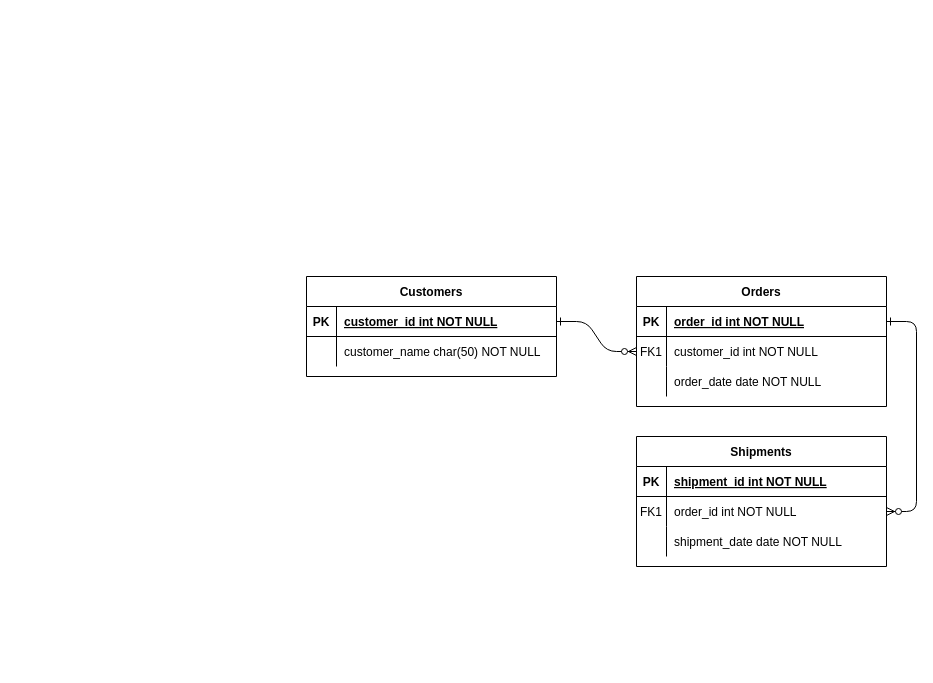
Earlier version of the draw.io diagram Happy mart/Untitled Diagram.drawio (imanmuzaffar12/SdaProject). Source tidied: cells renumbered, new cells numbered last; positions are measured from the earlier drawing's top-left corner, leaving out a move shared by most shapes. Both pictures are drawn from the tidied source at 100%, with x=0, y=0 at pixel (306, 276).
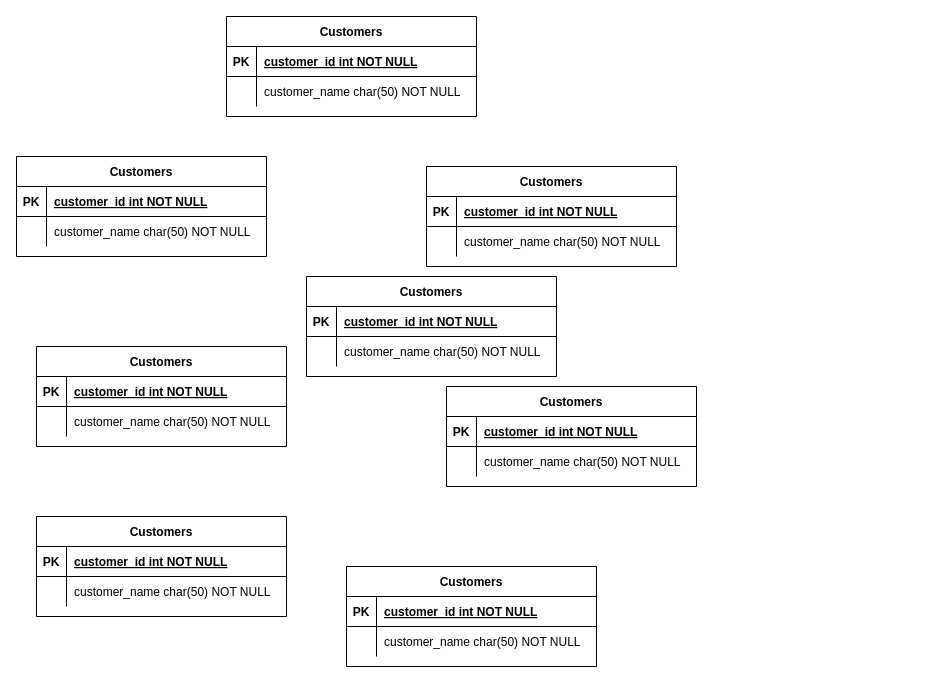
The same diagram, later.

Unchanged cells that the change refers to:
```xml
<mxCell id="25" style="shape=partialRectangle;fillColor=none;points=[[0,0.5],[1,0.5]];portConstraint=eastwest;top=0;left=0;right=0;bottom=1;" parent="24" vertex="1">
  <mxGeometry y="30" width="250" height="30" as="geometry" />
</mxCell>
```

What changed in the source:
```diff
@@
-    <mxCell id="2" style="edgeStyle=entityRelationEdgeStyle;endArrow=ERzeroToMany;startArrow=ERone;endFill=1;startFill=0;" parent="1" edge="1" source="25" target="8">
-      <mxGeometry relative="1" as="geometry" />
-    </mxCell>
-    <mxCell id="3" style="edgeStyle=entityRelationEdgeStyle;endArrow=ERzeroToMany;startArrow=ERone;endFill=1;startFill=0;" parent="1" edge="1" source="5" target="18">
-      <mxGeometry relative="1" as="geometry" />
-    </mxCell>
-    <mxCell id="4" value="Orders" style="shape=table;startSize=30;childLayout=tableLayout;rowLines=0;fontStyle=1;align=center;" parent="1" vertex="1">
-      <mxGeometry x="330" width="250" height="130" as="geometry" />
-    </mxCell>
-    <mxCell id="5" style="shape=partialRectangle;fillColor=none;points=[[0,0.5],[1,0.5]];portConstraint=eastwest;top=0;left=0;right=0;bottom=1;" parent="4" vertex="1">
-      <mxGeometry y="30" width="250" height="30" as="geometry" />
-    </mxCell>
-    <mxCell id="6" value="PK" style="shape=partialRectangle;overflow=hidden;fillColor=none;top=0;left=0;bottom=0;right=0;fontStyle=1;" parent="5" vertex="1">
-      <mxGeometry width="30" height="30" as="geometry" />
-    </mxCell>
-    <mxCell id="7" value="order_id int NOT NULL " style="shape=partialRectangle;overflow=hidden;fillColor=none;top=0;left=0;bottom=0;right=0;align=left;spacingLeft=6;fontStyle=5;" parent="5" vertex="1">
-      <mxGeometry x="30" width="220" height="30" as="geometry" />
-    </mxCell>
-    <mxCell id="8" style="shape=partialRectangle;fillColor=none;points=[[0,0.5],[1,0.5]];portConstraint=eastwest;top=0;left=0;right=0;bottom=0;" parent="4" vertex="1">
-      <mxGeometry y="60" width="250" height="30" as="geometry" />
-    </mxCell>
-    <mxCell id="9" value="FK1" style="shape=partialRectangle;overflow=hidden;fillColor=none;top=0;left=0;bottom=0;right=0;" parent="8" vertex="1">
-      <mxGeometry width="30" height="30" as="geometry" />
-    </mxCell>
-    <mxCell id="10" value="customer_id int NOT NULL" style="shape=partialRectangle;overflow=hidden;fillColor=none;top=0;left=0;bottom=0;right=0;align=left;spacingLeft=6;" parent="8" vertex="1">
-      <mxGeometry x="30" width="220" height="30" as="geometry" />
-    </mxCell>
-    <mxCell id="11" style="shape=partialRectangle;fillColor=none;top=0;left=0;right=0;bottom=0;" parent="4" vertex="1">
-      <mxGeometry y="90" width="250" height="30" as="geometry" />
-    </mxCell>
-    <mxCell id="12" style="shape=partialRectangle;overflow=hidden;fillColor=none;top=0;left=0;bottom=0;right=0;" parent="11" vertex="1">
-      <mxGeometry width="30" height="30" as="geometry" />
-    </mxCell>
-    <mxCell id="13" value="order_date date NOT NULL" style="shape=partialRectangle;overflow=hidden;fillColor=none;top=0;left=0;bottom=0;right=0;align=left;spacingLeft=6;" parent="11" vertex="1">
-      <mxGeometry x="30" width="220" height="30" as="geometry" />
-    </mxCell>
-    <mxCell id="14" value="Shipments" style="shape=table;startSize=30;childLayout=tableLayout;rowLines=0;fontStyle=1;align=center;" parent="1" vertex="1">
-      <mxGeometry x="330" y="160" width="250" height="130" as="geometry" />
-    </mxCell>
-    <mxCell id="15" style="shape=partialRectangle;fillColor=none;top=0;left=0;right=0;bottom=1;" parent="14" vertex="1">
-      <mxGeometry y="30" width="250" height="30" as="geometry" />
-    </mxCell>
-    <mxCell id="16" value="PK" style="shape=partialRectangle;overflow=hidden;fillColor=none;top=0;left=0;bottom=0;right=0;fontStyle=1;" parent="15" vertex="1">
-      <mxGeometry width="30" height="30" as="geometry" />
-    </mxCell>
-    <mxCell id="17" value="shipment_id int NOT NULL " style="shape=partialRectangle;overflow=hidden;fillColor=none;top=0;left=0;bottom=0;right=0;align=left;spacingLeft=6;fontStyle=5;" parent="15" vertex="1">
-      <mxGeometry x="30" width="220" height="30" as="geometry" />
-    </mxCell>
-    <mxCell id="18" style="shape=partialRectangle;fillColor=none;points=[[0,0.5],[1,0.5]];portConstraint=eastwest;top=0;left=0;right=0;bottom=0;" parent="14" vertex="1">
-      <mxGeometry y="60" width="250" height="30" as="geometry" />
-    </mxCell>
-    <mxCell id="19" value="FK1" style="shape=partialRectangle;overflow=hidden;fillColor=none;top=0;left=0;bottom=0;right=0;" parent="18" vertex="1">
-      <mxGeometry width="30" height="30" as="geometry" />
-    </mxCell>
-    <mxCell id="20" value="order_id int NOT NULL" style="shape=partialRectangle;overflow=hidden;fillColor=none;top=0;left=0;bottom=0;right=0;align=left;spacingLeft=6;" parent="18" vertex="1">
-      <mxGeometry x="30" width="220" height="30" as="geometry" />
-    </mxCell>
-    <mxCell id="21" style="shape=partialRectangle;fillColor=none;top=0;left=0;right=0;bottom=0;" parent="14" vertex="1">
-      <mxGeometry y="90" width="250" height="30" as="geometry" />
-    </mxCell>
-    <mxCell id="22" style="shape=partialRectangle;overflow=hidden;fillColor=none;top=0;left=0;bottom=0;right=0;" parent="21" vertex="1">
-      <mxGeometry width="30" height="30" as="geometry" />
-    </mxCell>
-    <mxCell id="23" value="shipment_date date NOT NULL" style="shape=partialRectangle;overflow=hidden;fillColor=none;top=0;left=0;bottom=0;right=0;align=left;spacingLeft=6;" parent="21" vertex="1">
-      <mxGeometry x="30" width="220" height="30" as="geometry" />
-    </mxCell>
@@
+    <mxCell id="31" value="Customers" style="shape=table;startSize=30;childLayout=tableLayout;rowLines=0;fontStyle=1;align=center;" parent="1" vertex="1">
+      <mxGeometry x="-80" y="-260" width="250" height="100" as="geometry" />
+    </mxCell>
+    <mxCell id="32" style="shape=partialRectangle;fillColor=none;top=0;left=0;right=0;bottom=1;" parent="31" vertex="1">
+      <mxGeometry y="30" width="250" height="30" as="geometry" />
+    </mxCell>
+    <mxCell id="33" value="PK" style="shape=partialRectangle;overflow=hidden;fillColor=none;top=0;left=0;bottom=0;right=0;fontStyle=1;" parent="32" vertex="1">
+      <mxGeometry width="30" height="30" as="geometry" />
+    </mxCell>
+    <mxCell id="34" value="customer_id int NOT NULL " style="shape=partialRectangle;overflow=hidden;fillColor=none;top=0;left=0;bottom=0;right=0;align=left;spacingLeft=6;fontStyle=5;" parent="32" vertex="1">
+      <mxGeometry x="30" width="220" height="30" as="geometry" />
+    </mxCell>
+    <mxCell id="35" style="shape=partialRectangle;fillColor=none;top=0;left=0;right=0;bottom=0;" parent="31" vertex="1">
+      <mxGeometry y="60" width="250" height="30" as="geometry" />
+    </mxCell>
+    <mxCell id="36" style="shape=partialRectangle;overflow=hidden;fillColor=none;top=0;left=0;bottom=0;right=0;" parent="35" vertex="1">
+      <mxGeometry width="30" height="30" as="geometry" />
+    </mxCell>
+    <mxCell id="37" value="customer_name char(50) NOT NULL" style="shape=partialRectangle;overflow=hidden;fillColor=none;top=0;left=0;bottom=0;right=0;align=left;spacingLeft=6;" parent="35" vertex="1">
+      <mxGeometry x="30" width="220" height="30" as="geometry" />
+    </mxCell>
+    <mxCell id="38" value="Customers" style="shape=table;startSize=30;childLayout=tableLayout;rowLines=0;fontStyle=1;align=center;" parent="1" vertex="1">
+      <mxGeometry x="140" y="110" width="250" height="100" as="geometry" />
+    </mxCell>
+    <mxCell id="39" style="shape=partialRectangle;fillColor=none;top=0;left=0;right=0;bottom=1;" parent="38" vertex="1">
+      <mxGeometry y="30" width="250" height="30" as="geometry" />
+    </mxCell>
+    <mxCell id="40" value="PK" style="shape=partialRectangle;overflow=hidden;fillColor=none;top=0;left=0;bottom=0;right=0;fontStyle=1;" parent="39" vertex="1">
+      <mxGeometry width="30" height="30" as="geometry" />
+    </mxCell>
+    <mxCell id="41" value="customer_id int NOT NULL " style="shape=partialRectangle;overflow=hidden;fillColor=none;top=0;left=0;bottom=0;right=0;align=left;spacingLeft=6;fontStyle=5;" parent="39" vertex="1">
+      <mxGeometry x="30" width="220" height="30" as="geometry" />
+    </mxCell>
+    <mxCell id="42" style="shape=partialRectangle;fillColor=none;top=0;left=0;right=0;bottom=0;" parent="38" vertex="1">
+      <mxGeometry y="60" width="250" height="30" as="geometry" />
+    </mxCell>
+    <mxCell id="43" style="shape=partialRectangle;overflow=hidden;fillColor=none;top=0;left=0;bottom=0;right=0;" parent="42" vertex="1">
+      <mxGeometry width="30" height="30" as="geometry" />
+    </mxCell>
+    <mxCell id="44" value="customer_name char(50) NOT NULL" style="shape=partialRectangle;overflow=hidden;fillColor=none;top=0;left=0;bottom=0;right=0;align=left;spacingLeft=6;" parent="42" vertex="1">
+      <mxGeometry x="30" width="220" height="30" as="geometry" />
+    </mxCell>
+    <mxCell id="45" value="Customers" style="shape=table;startSize=30;childLayout=tableLayout;rowLines=0;fontStyle=1;align=center;" parent="1" vertex="1">
+      <mxGeometry x="120" y="-110" width="250" height="100" as="geometry" />
+    </mxCell>
+    <mxCell id="46" style="shape=partialRectangle;fillColor=none;top=0;left=0;right=0;bottom=1;" parent="45" vertex="1">
+      <mxGeometry y="30" width="250" height="30" as="geometry" />
+    </mxCell>
+    <mxCell id="47" value="PK" style="shape=partialRectangle;overflow=hidden;fillColor=none;top=0;left=0;bottom=0;right=0;fontStyle=1;" parent="46" vertex="1">
+      <mxGeometry width="30" height="30" as="geometry" />
+    </mxCell>
+    <mxCell id="48" value="customer_id int NOT NULL " style="shape=partialRectangle;overflow=hidden;fillColor=none;top=0;left=0;bottom=0;right=0;align=left;spacingLeft=6;fontStyle=5;" parent="46" vertex="1">
+      <mxGeometry x="30" width="220" height="30" as="geometry" />
+    </mxCell>
+    <mxCell id="49" style="shape=partialRectangle;fillColor=none;top=0;left=0;right=0;bottom=0;" parent="45" vertex="1">
+      <mxGeometry y="60" width="250" height="30" as="geometry" />
+    </mxCell>
+    <mxCell id="50" style="shape=partialRectangle;overflow=hidden;fillColor=none;top=0;left=0;bottom=0;right=0;" parent="49" vertex="1">
+      <mxGeometry width="30" height="30" as="geometry" />
+    </mxCell>
+    <mxCell id="51" value="customer_name char(50) NOT NULL" style="shape=partialRectangle;overflow=hidden;fillColor=none;top=0;left=0;bottom=0;right=0;align=left;spacingLeft=6;" parent="49" vertex="1">
+      <mxGeometry x="30" width="220" height="30" as="geometry" />
+    </mxCell>
+    <mxCell id="52" value="Customers" style="shape=table;startSize=30;childLayout=tableLayout;rowLines=0;fontStyle=1;align=center;" parent="1" vertex="1">
+      <mxGeometry x="40" y="290" width="250" height="100" as="geometry" />
+    </mxCell>
+    <mxCell id="53" style="shape=partialRectangle;fillColor=none;top=0;left=0;right=0;bottom=1;" parent="52" vertex="1">
+      <mxGeometry y="30" width="250" height="30" as="geometry" />
+    </mxCell>
+    <mxCell id="54" value="PK" style="shape=partialRectangle;overflow=hidden;fillColor=none;top=0;left=0;bottom=0;right=0;fontStyle=1;" parent="53" vertex="1">
+      <mxGeometry width="30" height="30" as="geometry" />
+    </mxCell>
+    <mxCell id="55" value="customer_id int NOT NULL " style="shape=partialRectangle;overflow=hidden;fillColor=none;top=0;left=0;bottom=0;right=0;align=left;spacingLeft=6;fontStyle=5;" parent="53" vertex="1">
+      <mxGeometry x="30" width="220" height="30" as="geometry" />
+    </mxCell>
+    <mxCell id="56" style="shape=partialRectangle;fillColor=none;top=0;left=0;right=0;bottom=0;" parent="52" vertex="1">
+      <mxGeometry y="60" width="250" height="30" as="geometry" />
+    </mxCell>
+    <mxCell id="57" style="shape=partialRectangle;overflow=hidden;fillColor=none;top=0;left=0;bottom=0;right=0;" parent="56" vertex="1">
+      <mxGeometry width="30" height="30" as="geometry" />
+    </mxCell>
+    <mxCell id="58" value="customer_name char(50) NOT NULL" style="shape=partialRectangle;overflow=hidden;fillColor=none;top=0;left=0;bottom=0;right=0;align=left;spacingLeft=6;" parent="56" vertex="1">
+      <mxGeometry x="30" width="220" height="30" as="geometry" />
+    </mxCell>
+    <mxCell id="59" value="Customers" style="shape=table;startSize=30;childLayout=tableLayout;rowLines=0;fontStyle=1;align=center;" parent="1" vertex="1">
+      <mxGeometry x="-270" y="70" width="250" height="100" as="geometry" />
+    </mxCell>
+    <mxCell id="60" style="shape=partialRectangle;fillColor=none;top=0;left=0;right=0;bottom=1;" parent="59" vertex="1">
+      <mxGeometry y="30" width="250" height="30" as="geometry" />
+    </mxCell>
+    <mxCell id="61" value="PK" style="shape=partialRectangle;overflow=hidden;fillColor=none;top=0;left=0;bottom=0;right=0;fontStyle=1;" parent="60" vertex="1">
+      <mxGeometry width="30" height="30" as="geometry" />
+    </mxCell>
+    <mxCell id="62" value="customer_id int NOT NULL " style="shape=partialRectangle;overflow=hidden;fillColor=none;top=0;left=0;bottom=0;right=0;align=left;spacingLeft=6;fontStyle=5;" parent="60" vertex="1">
+      <mxGeometry x="30" width="220" height="30" as="geometry" />
+    </mxCell>
+    <mxCell id="63" style="shape=partialRectangle;fillColor=none;top=0;left=0;right=0;bottom=0;" parent="59" vertex="1">
+      <mxGeometry y="60" width="250" height="30" as="geometry" />
+    </mxCell>
+    <mxCell id="64" style="shape=partialRectangle;overflow=hidden;fillColor=none;top=0;left=0;bottom=0;right=0;" parent="63" vertex="1">
+      <mxGeometry width="30" height="30" as="geometry" />
+    </mxCell>
+    <mxCell id="65" value="customer_name char(50) NOT NULL" style="shape=partialRectangle;overflow=hidden;fillColor=none;top=0;left=0;bottom=0;right=0;align=left;spacingLeft=6;" parent="63" vertex="1">
+      <mxGeometry x="30" width="220" height="30" as="geometry" />
+    </mxCell>
+    <mxCell id="66" value="Customers" style="shape=table;startSize=30;childLayout=tableLayout;rowLines=0;fontStyle=1;align=center;" parent="1" vertex="1">
+      <mxGeometry x="-290" y="-120" width="250" height="100" as="geometry" />
+    </mxCell>
+    <mxCell id="67" style="shape=partialRectangle;fillColor=none;top=0;left=0;right=0;bottom=1;" parent="66" vertex="1">
+      <mxGeometry y="30" width="250" height="30" as="geometry" />
+    </mxCell>
+    <mxCell id="68" value="PK" style="shape=partialRectangle;overflow=hidden;fillColor=none;top=0;left=0;bottom=0;right=0;fontStyle=1;" parent="67" vertex="1">
+      <mxGeometry width="30" height="30" as="geometry" />
+    </mxCell>
+    <mxCell id="69" value="customer_id int NOT NULL " style="shape=partialRectangle;overflow=hidden;fillColor=none;top=0;left=0;bottom=0;right=0;align=left;spacingLeft=6;fontStyle=5;" parent="67" vertex="1">
+      <mxGeometry x="30" width="220" height="30" as="geometry" />
+    </mxCell>
+    <mxCell id="70" style="shape=partialRectangle;fillColor=none;top=0;left=0;right=0;bottom=0;" parent="66" vertex="1">
+      <mxGeometry y="60" width="250" height="30" as="geometry" />
+    </mxCell>
+    <mxCell id="71" style="shape=partialRectangle;overflow=hidden;fillColor=none;top=0;left=0;bottom=0;right=0;" parent="70" vertex="1">
+      <mxGeometry width="30" height="30" as="geometry" />
+    </mxCell>
+    <mxCell id="72" value="customer_name char(50) NOT NULL" style="shape=partialRectangle;overflow=hidden;fillColor=none;top=0;left=0;bottom=0;right=0;align=left;spacingLeft=6;" parent="70" vertex="1">
+      <mxGeometry x="30" width="220" height="30" as="geometry" />
+    </mxCell>
+    <mxCell id="73" value="Customers" style="shape=table;startSize=30;childLayout=tableLayout;rowLines=0;fontStyle=1;align=center;" parent="1" vertex="1">
+      <mxGeometry x="-270" y="240" width="250" height="100" as="geometry" />
+    </mxCell>
+    <mxCell id="74" style="shape=partialRectangle;fillColor=none;top=0;left=0;right=0;bottom=1;" parent="73" vertex="1">
+      <mxGeometry y="30" width="250" height="30" as="geometry" />
+    </mxCell>
+    <mxCell id="75" value="PK" style="shape=partialRectangle;overflow=hidden;fillColor=none;top=0;left=0;bottom=0;right=0;fontStyle=1;" parent="74" vertex="1">
+      <mxGeometry width="30" height="30" as="geometry" />
+    </mxCell>
+    <mxCell id="76" value="customer_id int NOT NULL " style="shape=partialRectangle;overflow=hidden;fillColor=none;top=0;left=0;bottom=0;right=0;align=left;spacingLeft=6;fontStyle=5;" parent="74" vertex="1">
+      <mxGeometry x="30" width="220" height="30" as="geometry" />
+    </mxCell>
+    <mxCell id="77" style="shape=partialRectangle;fillColor=none;top=0;left=0;right=0;bottom=0;" parent="73" vertex="1">
+      <mxGeometry y="60" width="250" height="30" as="geometry" />
+    </mxCell>
+    <mxCell id="78" style="shape=partialRectangle;overflow=hidden;fillColor=none;top=0;left=0;bottom=0;right=0;" parent="77" vertex="1">
+      <mxGeometry width="30" height="30" as="geometry" />
+    </mxCell>
+    <mxCell id="79" value="customer_name char(50) NOT NULL" style="shape=partialRectangle;overflow=hidden;fillColor=none;top=0;left=0;bottom=0;right=0;align=left;spacingLeft=6;" parent="77" vertex="1">
+      <mxGeometry x="30" width="220" height="30" as="geometry" />
+    </mxCell>
```
